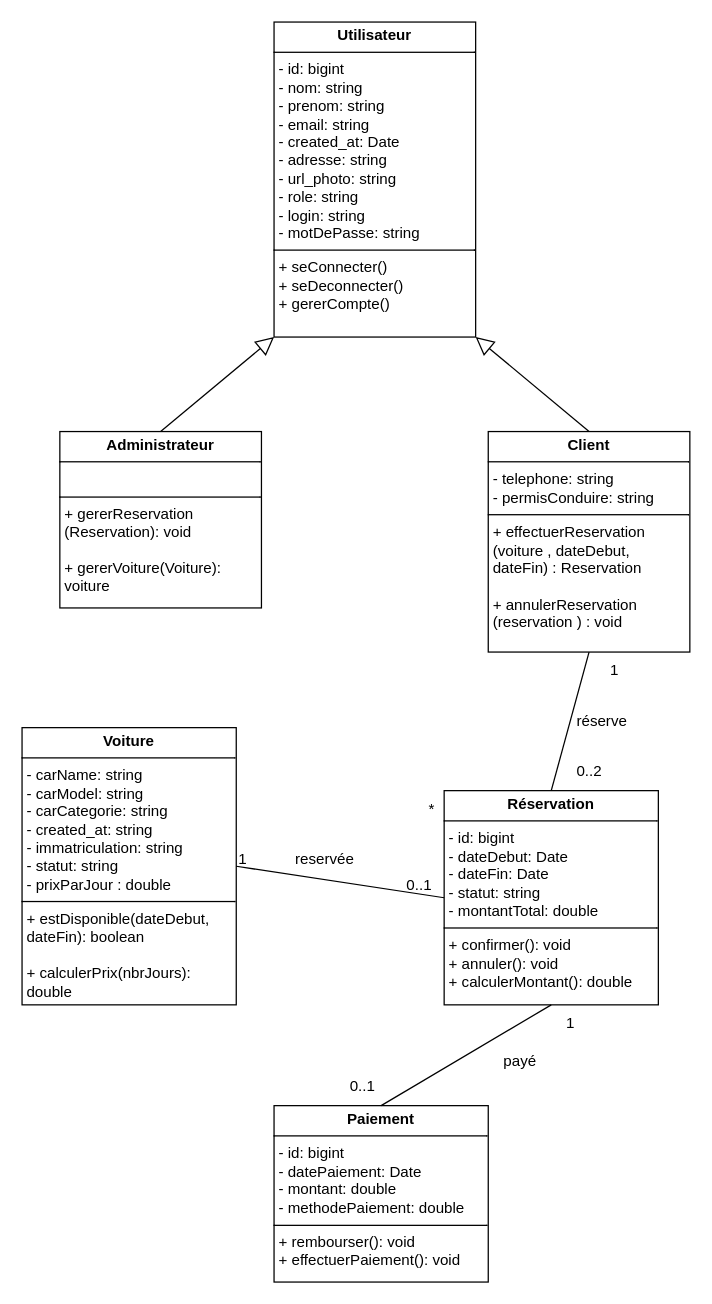
Marcel-Fassou-28/rentcar_project keeps this draw.io diagram as conception/class-diagramm.drawio. Above is the earlier version. Source tidied: cells renumbered, new cells numbered last; positions are measured from the earlier drawing's top-left corner, leaving out a move shared by most shapes. Both pictures are drawn from the tidied source at 126%, with x=0, y=0 at pixel (21, 21).
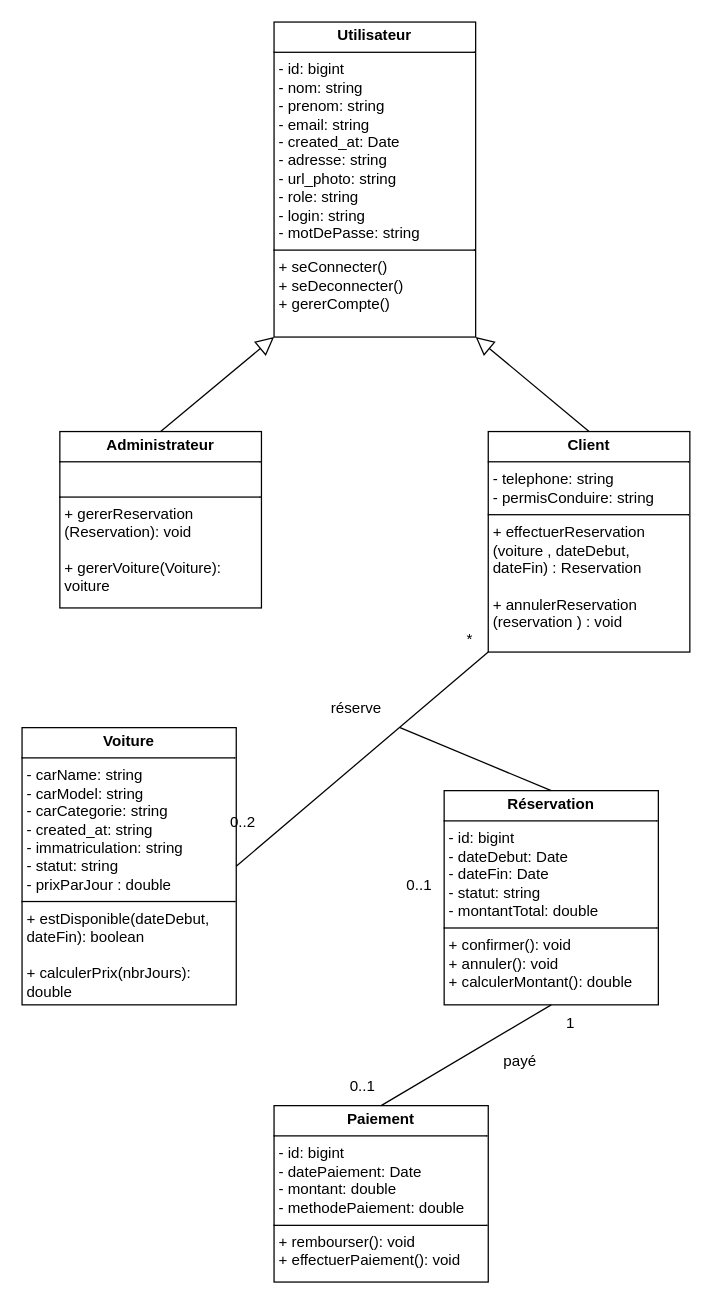
The same page after the edit.

The change refers to these unchanged cells:
```xml
<mxCell id="4" value="&lt;p style=&quot;margin:0px;margin-top:4px;text-align:center;&quot;&gt;&lt;strong&gt;Client&lt;/strong&gt;&lt;span class=&quot;_fadeIn_m1hgl_8&quot;&gt;&lt;/span&gt;&lt;/p&gt;&lt;hr size=&quot;1&quot; style=&quot;border-style:solid;&quot;&gt;&lt;p style=&quot;margin:0px;margin-left:4px;&quot;&gt;- telephone: string&lt;/p&gt;&lt;p style=&quot;margin:0px;margin-left:4px;&quot;&gt;- permisConduire: string&lt;/p&gt;&lt;hr size=&quot;1&quot; style=&quot;border-style:solid;&quot;&gt;&lt;p style=&quot;margin:0px;margin-left:4px;&quot;&gt;+ effectuerReservation (voiture , dateDebut, dateFin) : Reservation&lt;/p&gt;&lt;p style=&quot;margin:0px;margin-left:4px;&quot;&gt;&lt;br&gt;&lt;/p&gt;&lt;p style=&quot;margin:0px;margin-left:4px;&quot;&gt;+&amp;nbsp;annulerReservation (reservation ) : void&lt;/p&gt;&lt;p style=&quot;margin:0px;margin-left:4px;&quot;&gt;&lt;br&gt;&lt;/p&gt;" style="verticalAlign=top;align=left;overflow=fill;html=1;whiteSpace=wrap;" parent="1" vertex="1">
  <mxGeometry x="370" y="325" width="160" height="175" as="geometry" />
</mxCell>
<mxCell id="5" value="&lt;p style=&quot;margin:0px;margin-top:4px;text-align:center;&quot;&gt;&lt;b&gt;Voiture&lt;/b&gt;&lt;/p&gt;&lt;hr size=&quot;1&quot; style=&quot;border-style:solid;&quot;&gt;&lt;p style=&quot;margin:0px;margin-left:4px;&quot;&gt;- carName: string&lt;/p&gt;&lt;p style=&quot;margin:0px;margin-left:4px;&quot;&gt;- carModel: string&lt;/p&gt;&lt;p style=&quot;margin:0px;margin-left:4px;&quot;&gt;- carCategorie: string&lt;/p&gt;&lt;p style=&quot;margin:0px;margin-left:4px;&quot;&gt;- created_at: string&lt;/p&gt;&lt;p style=&quot;margin:0px;margin-left:4px;&quot;&gt;- immatriculation: string&lt;/p&gt;&lt;p style=&quot;margin:0px;margin-left:4px;&quot;&gt;- statut: string&lt;/p&gt;&lt;p style=&quot;margin:0px;margin-left:4px;&quot;&gt;- prixParJour : double&lt;/p&gt;&lt;hr size=&quot;1&quot; style=&quot;border-style:solid;&quot;&gt;&lt;p style=&quot;margin:0px;margin-left:4px;&quot;&gt;&lt;span style=&quot;background-color: transparent;&quot;&gt;+ estDisponible(dateDebut, dateFin): boolean&lt;/span&gt;&lt;/p&gt;&lt;p style=&quot;margin:0px;margin-left:4px;&quot;&gt;&lt;span style=&quot;background-color: transparent;&quot;&gt;&lt;br&gt;&lt;/span&gt;&lt;/p&gt;&lt;p style=&quot;margin:0px;margin-left:4px;&quot;&gt;&lt;span style=&quot;background-color: transparent;&quot;&gt;+ calculerPrix(nbrJours): double&lt;/span&gt;&lt;/p&gt;" style="verticalAlign=top;align=left;overflow=fill;html=1;whiteSpace=wrap;" parent="1" vertex="1">
  <mxGeometry y="560" width="170" height="220" as="geometry" />
</mxCell>
<mxCell id="6" value="&lt;p style=&quot;margin:0px;margin-top:4px;text-align:center;&quot;&gt;&lt;b&gt;Réservation&lt;/b&gt;&lt;/p&gt;&lt;hr size=&quot;1&quot; style=&quot;border-style:solid;&quot;&gt;&lt;p style=&quot;margin:0px;margin-left:4px;&quot;&gt;- id: bigint&lt;/p&gt;&lt;p style=&quot;margin:0px;margin-left:4px;&quot;&gt;- dateDebut: Date&lt;/p&gt;&lt;p style=&quot;margin:0px;margin-left:4px;&quot;&gt;- dateFin: Date&lt;/p&gt;&lt;p style=&quot;margin:0px;margin-left:4px;&quot;&gt;- statut: string&lt;/p&gt;&lt;p style=&quot;margin:0px;margin-left:4px;&quot;&gt;- montantTotal: double&lt;/p&gt;&lt;hr size=&quot;1&quot; style=&quot;border-style:solid;&quot;&gt;&lt;p style=&quot;margin:0px;margin-left:4px;&quot;&gt;+ confirmer(): void&lt;/p&gt;&lt;p style=&quot;margin:0px;margin-left:4px;&quot;&gt;+ annuler(): void&lt;/p&gt;&lt;p style=&quot;margin:0px;margin-left:4px;&quot;&gt;+ calculerMontant(): double&lt;/p&gt;" style="verticalAlign=top;align=left;overflow=fill;html=1;whiteSpace=wrap;" parent="1" vertex="1">
  <mxGeometry x="335" y="610" width="170" height="170" as="geometry" />
</mxCell>
```

The edit, as a diff of the source:
```diff
@@
-    <mxCell id="10" style="endArrow=none;html=1;exitX=1;exitY=0.5;exitDx=0;exitDy=0;entryX=0;entryY=0.5;entryDx=0;entryDy=0;" parent="1" edge="1" source="5" target="6">
+    <mxCell id="10" style="endArrow=none;html=1;exitX=1;exitY=0.5;exitDx=0;exitDy=0;entryX=0;entryY=1;entryDx=0;entryDy=0;" parent="1" edge="1" source="5" target="4">
       <mxGeometry relative="1" as="geometry" />
     </mxCell>
-    <mxCell id="11" style="endArrow=none;html=1;exitX=0.5;exitY=0;exitDx=0;exitDy=0;entryX=0.5;entryY=1;entryDx=0;entryDy=0;" parent="1" edge="1" source="6" target="4">
-      <mxGeometry relative="1" as="geometry" />
+    <mxCell id="11" style="endArrow=none;html=1;exitX=0.5;exitY=0;exitDx=0;exitDy=0;" parent="1" edge="1" source="6">
+      <mxGeometry relative="1" as="geometry">
+        <mxPoint x="300" y="560" as="targetPoint" />
+      </mxGeometry>
     </mxCell>
@@
     <mxCell id="13" value="*" style="text;html=1;align=center;verticalAlign=middle;strokeColor=none;fillColor=none;" parent="1" vertex="1">
-      <mxGeometry x="310" y="610" width="30" height="30" as="geometry" />
+      <mxGeometry x="340" y="475" width="30" height="30" as="geometry" />
     </mxCell>
     <mxCell id="14" value="0..2" style="text;html=1;align=center;verticalAlign=middle;strokeColor=none;fillColor=none;" parent="1" vertex="1">
-      <mxGeometry x="430" y="580" width="40" height="30" as="geometry" />
+      <mxGeometry x="155" y="620" width="40" height="30" as="geometry" />
     </mxCell>
-    <mxCell id="15" value="1" style="text;html=1;align=center;verticalAlign=middle;strokeColor=none;fillColor=none;" parent="1" vertex="1">
-      <mxGeometry x="455" y="500" width="30" height="30" as="geometry" />
-    </mxCell>
@@
-    <mxCell id="18" value="1" style="text;html=1;align=center;verticalAlign=middle;strokeColor=none;fillColor=none;" parent="1" vertex="1">
-      <mxGeometry x="160" y="650" width="30" height="30" as="geometry" />
-    </mxCell>
@@
     <mxCell id="20" value="réserve" style="text;html=1;align=center;verticalAlign=middle;strokeColor=none;fillColor=none;" parent="1" vertex="1">
-      <mxGeometry x="430" y="540" width="60" height="30" as="geometry" />
+      <mxGeometry x="235" y="530" width="60" height="30" as="geometry" />
     </mxCell>
@@
-    <mxCell id="22" value="reservée" style="text;html=1;align=center;verticalAlign=middle;strokeColor=none;fillColor=none;" parent="1" vertex="1">
-      <mxGeometry x="205" y="650" width="70" height="30" as="geometry" />
-    </mxCell>
```
